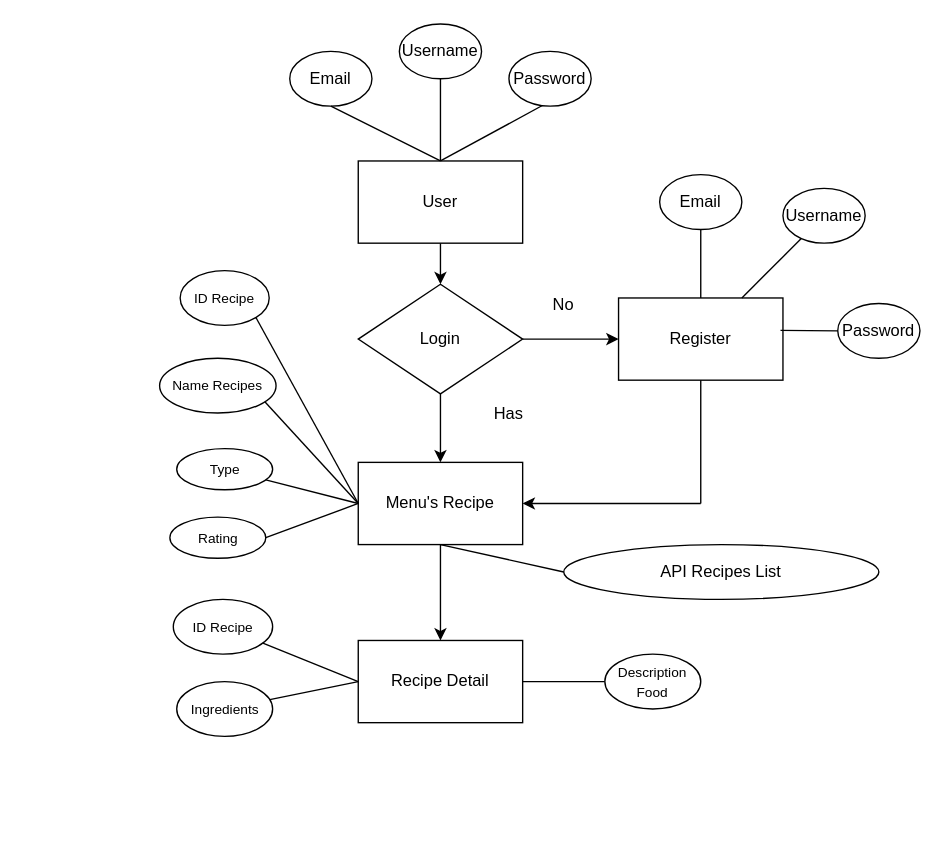
Above: page "Page-1" (1 of 8) of Exercise.drawio in MFaisal00359/Kamu-nanyeaa (draw.io), before the change. Source tidied: cells renumbered, new cells numbered last; positions are measured from the earlier drawing's top-left corner, leaving out a move shared by most shapes. Both pictures are drawn from the tidied source at 137%, with x=0, y=0 at pixel (159, 23).
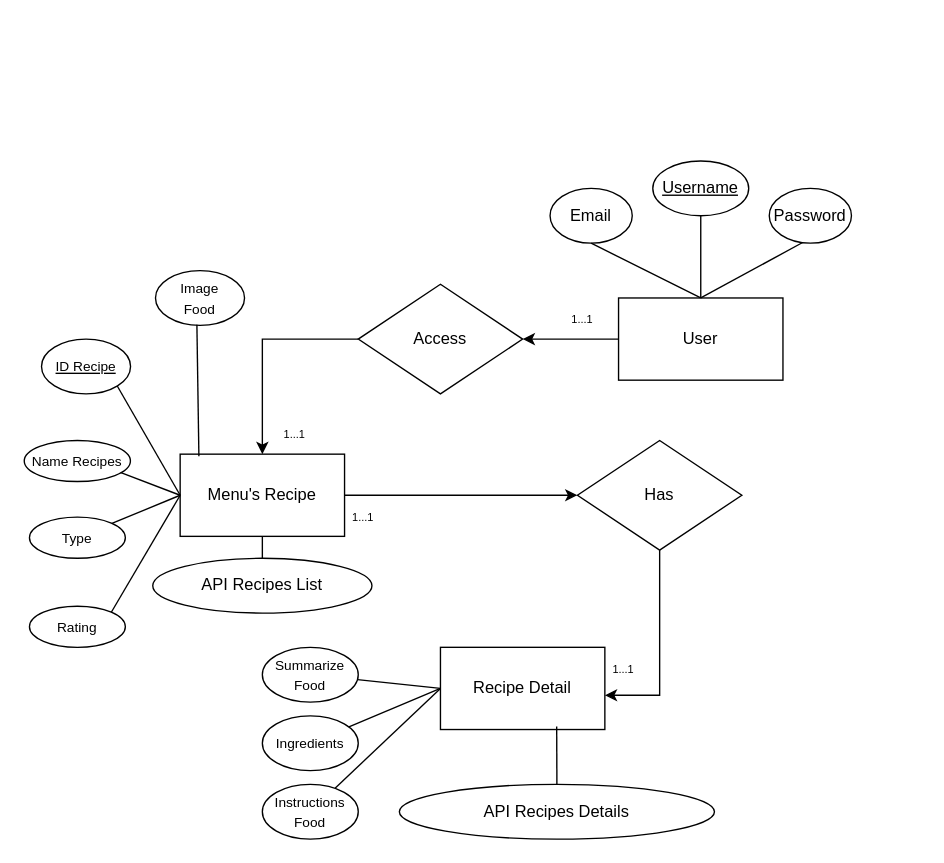
Above is the later version.

What changed in the source:
```diff
@@
-    <mxCell id="2" style="edgeStyle=orthogonalEdgeStyle;rounded=0;jettySize=auto;html=1;entryX=0.5;entryY=0;entryDx=0;entryDy=0;" parent="1" edge="1" source="3" target="6">
-      <mxGeometry relative="1" as="geometry" />
+    <mxCell id="2" style="edgeStyle=orthogonalEdgeStyle;rounded=0;jettySize=auto;html=1;entryX=0.5;entryY=0;entryDx=0;entryDy=0;exitX=0;exitY=0.5;exitDx=0;exitDy=0;" parent="1" edge="1" source="3">
+      <mxGeometry relative="1" as="geometry">
+        <mxPoint x="265" y="230" as="targetPoint" />
+      </mxGeometry>
     </mxCell>
     <mxCell id="3" value="User" style="rounded=0;whiteSpace=wrap;html=1;" parent="1" vertex="1">
-      <mxGeometry x="145" y="100" width="120" height="60" as="geometry" />
+      <mxGeometry x="335" y="200" width="120" height="60" as="geometry" />
     </mxCell>
@@
-    <mxCell id="5" style="edgeStyle=orthogonalEdgeStyle;rounded=0;jettySize=auto;html=1;" parent="1" edge="1" source="6" target="12">
-      <mxGeometry relative="1" as="geometry" />
-    </mxCell>
-    <mxCell id="6" value="Login" style="rhombus;whiteSpace=wrap;html=1;" parent="1" vertex="1">
+    <mxCell id="6" value="Access" style="rhombus;whiteSpace=wrap;html=1;" parent="1" vertex="1">
       <mxGeometry x="145" y="190" width="120" height="80" as="geometry" />
     </mxCell>
     <mxCell id="7" value="Email" style="ellipse;whiteSpace=wrap;html=1;" parent="1" vertex="1">
-      <mxGeometry x="95" y="20" width="60" height="40" as="geometry" />
+      <mxGeometry x="285" y="120" width="60" height="40" as="geometry" />
     </mxCell>
-    <mxCell id="8" value="Username" style="ellipse;whiteSpace=wrap;html=1;" parent="1" vertex="1">
-      <mxGeometry x="175" width="60" height="40" as="geometry" />
+    <mxCell id="8" value="&lt;u&gt;Username&lt;/u&gt;" style="ellipse;whiteSpace=wrap;html=1;" parent="1" vertex="1">
+      <mxGeometry x="360" y="100" width="70" height="40" as="geometry" />
     </mxCell>
     <mxCell id="9" value="Password" style="ellipse;whiteSpace=wrap;html=1;" parent="1" vertex="1">
-      <mxGeometry x="255" y="20" width="60" height="40" as="geometry" />
+      <mxGeometry x="445" y="120" width="60" height="40" as="geometry" />
     </mxCell>
-    <mxCell id="10" style="edgeStyle=orthogonalEdgeStyle;rounded=0;jettySize=auto;html=1;" parent="1" edge="1" source="11" target="31">
-      <mxGeometry relative="1" as="geometry" />
-    </mxCell>
+    <mxCell id="43" style="edgeStyle=orthogonalEdgeStyle;rounded=0;jettySize=auto;html=1;entryX=0;entryY=0.5;entryDx=0;entryDy=0;" parent="1" edge="1" source="11" target="24">
+      <mxGeometry relative="1" as="geometry" />
+    </mxCell>
     <mxCell id="11" value="Menu's Recipe" style="rounded=0;whiteSpace=wrap;html=1;" parent="1" vertex="1">
-      <mxGeometry x="145" y="320" width="120" height="60" as="geometry" />
+      <mxGeometry x="15" y="314" width="120" height="60" as="geometry" />
     </mxCell>
-    <mxCell id="12" value="Register" style="rounded=0;whiteSpace=wrap;html=1;" parent="1" vertex="1">
-      <mxGeometry x="335" y="200" width="120" height="60" as="geometry" />
-    </mxCell>
-    <mxCell id="13" value="Email" style="ellipse;whiteSpace=wrap;html=1;" parent="1" vertex="1">
-      <mxGeometry x="365" y="110" width="60" height="40" as="geometry" />
-    </mxCell>
-    <mxCell id="14" value="Username" style="ellipse;whiteSpace=wrap;html=1;" parent="1" vertex="1">
-      <mxGeometry x="455" y="120" width="60" height="40" as="geometry" />
-    </mxCell>
-    <mxCell id="15" value="Password" style="ellipse;whiteSpace=wrap;html=1;" parent="1" vertex="1">
-      <mxGeometry x="495" y="204" width="60" height="40" as="geometry" />
-    </mxCell>
@@
-    <mxCell id="19" style="endArrow=none;html=1;rounded=0;entryX=0.5;entryY=1;entryDx=0;entryDy=0;" parent="1" edge="1" source="12" target="13">
-      <mxGeometry relative="1" as="geometry" />
-    </mxCell>
-    <mxCell id="20" style="endArrow=none;html=1;rounded=0;" parent="1" edge="1" source="12" target="14">
-      <mxGeometry relative="1" as="geometry" />
-    </mxCell>
-    <mxCell id="21" style="endArrow=none;html=1;rounded=0;exitX=0.985;exitY=0.394;exitDx=0;exitDy=0;exitPerimeter=0;" parent="1" edge="1" source="12" target="15">
-      <mxGeometry relative="1" as="geometry" />
-    </mxCell>
-    <mxCell id="22" style="endArrow=classic;html=1;rounded=0;" parent="1" edge="1" target="11">
-      <mxGeometry relative="1" as="geometry">
-        <mxPoint x="395" y="350" as="sourcePoint" />
-      </mxGeometry>
-    </mxCell>
-    <mxCell id="23" style="endArrow=none;html=1;rounded=0;" parent="1" edge="1" target="12">
-      <mxGeometry relative="1" as="geometry">
-        <mxPoint x="395" y="350" as="sourcePoint" />
-      </mxGeometry>
-    </mxCell>
-    <mxCell id="24" value="Has" style="text;html=1;align=center;verticalAlign=middle;whiteSpace=wrap;rounded=0;" parent="1" vertex="1">
-      <mxGeometry x="225" y="270" width="60" height="30" as="geometry" />
-    </mxCell>
-    <mxCell id="25" value="No" style="text;html=1;align=center;verticalAlign=middle;whiteSpace=wrap;rounded=0;" parent="1" vertex="1">
-      <mxGeometry x="265" y="190" width="60" height="30" as="geometry" />
-    </mxCell>
@@
-    <mxCell id="27" value="&lt;font style=&quot;font-size: 10px;&quot;&gt;ID Recipe&lt;/font&gt;" style="ellipse;whiteSpace=wrap;html=1;" parent="1" vertex="1">
-      <mxGeometry x="15" y="180" width="65" height="40" as="geometry" />
+    <mxCell id="27" value="&lt;font style=&quot;font-size: 10px;&quot;&gt;&lt;u&gt;ID Recipe&lt;/u&gt;&lt;/font&gt;" style="ellipse;whiteSpace=wrap;html=1;" parent="1" vertex="1">
+      <mxGeometry x="-86.2" y="230" width="65" height="40" as="geometry" />
     </mxCell>
-    <mxCell id="28" style="endArrow=none;html=1;rounded=0;entryX=1;entryY=1;entryDx=0;entryDy=0;" parent="1" edge="1" target="27">
-      <mxGeometry relative="1" as="geometry">
-        <mxPoint x="145" y="350" as="sourcePoint" />
-      </mxGeometry>
+    <mxCell id="28" style="endArrow=none;html=1;rounded=0;entryX=1;entryY=1;entryDx=0;entryDy=0;exitX=0;exitY=0.5;exitDx=0;exitDy=0;" parent="1" edge="1" source="11" target="27">
+      <mxGeometry relative="1" as="geometry" />
     </mxCell>
     <mxCell id="29" value="&lt;span style=&quot;font-size: 10px;&quot;&gt;Name Recipes&lt;/span&gt;" style="ellipse;whiteSpace=wrap;html=1;" parent="1" vertex="1">
-      <mxGeometry y="244" width="85" height="40" as="geometry" />
+      <mxGeometry x="-98.8" y="304" width="77.5" height="30" as="geometry" />
     </mxCell>
     <mxCell id="30" value="&lt;span style=&quot;font-size: 10px;&quot;&gt;Ingredients&lt;/span&gt;" style="ellipse;whiteSpace=wrap;html=1;" parent="1" vertex="1">
-      <mxGeometry x="12.5" y="480" width="70" height="40" as="geometry" />
+      <mxGeometry x="75" y="505" width="70" height="40" as="geometry" />
     </mxCell>
     <mxCell id="31" value="Recipe Detail" style="rounded=0;whiteSpace=wrap;html=1;" parent="1" vertex="1">
-      <mxGeometry x="145" y="450" width="120" height="60" as="geometry" />
+      <mxGeometry x="205" y="455" width="120" height="60" as="geometry" />
     </mxCell>
-    <mxCell id="32" style="endArrow=none;html=1;rounded=0;exitX=0;exitY=0.5;exitDx=0;exitDy=0;" parent="1" edge="1" source="31" target="42">
-      <mxGeometry relative="1" as="geometry" />
-    </mxCell>
     <mxCell id="33" value="&lt;span style=&quot;font-size: 10px;&quot;&gt;Type&lt;/span&gt;" style="ellipse;whiteSpace=wrap;html=1;" parent="1" vertex="1">
-      <mxGeometry x="12.5" y="310" width="70" height="30" as="geometry" />
+      <mxGeometry x="-95" y="360" width="70" height="30" as="geometry" />
     </mxCell>
@@
     <mxCell id="35" value="&lt;span style=&quot;font-size: 10px;&quot;&gt;Rating&lt;/span&gt;" style="ellipse;whiteSpace=wrap;html=1;" parent="1" vertex="1">
-      <mxGeometry x="7.5" y="360" width="70" height="30" as="geometry" />
+      <mxGeometry x="-95" y="425" width="70" height="30" as="geometry" />
     </mxCell>
-    <mxCell id="36" style="endArrow=none;html=1;rounded=0;exitX=0;exitY=0.5;exitDx=0;exitDy=0;entryX=1;entryY=0.5;entryDx=0;entryDy=0;" parent="1" edge="1" source="11" target="35">
+    <mxCell id="36" style="endArrow=none;html=1;rounded=0;exitX=0;exitY=0.5;exitDx=0;exitDy=0;entryX=1;entryY=0;entryDx=0;entryDy=0;" parent="1" edge="1" source="11" target="35">
       <mxGeometry relative="1" as="geometry" />
     </mxCell>
@@
-    <mxCell id="38" style="endArrow=none;html=1;rounded=0;exitX=1;exitY=0.5;exitDx=0;exitDy=0;" parent="1" edge="1" source="31" target="39">
+    <mxCell id="38" style="endArrow=none;html=1;rounded=0;exitX=0;exitY=0.5;exitDx=0;exitDy=0;" parent="1" edge="1" source="31" target="39">
       <mxGeometry relative="1" as="geometry" />
     </mxCell>
-    <mxCell id="39" value="&lt;span style=&quot;font-size: 10px;&quot;&gt;Description&lt;/span&gt;&lt;div&gt;&lt;span style=&quot;font-size: 10px;&quot;&gt;Food&lt;/span&gt;&lt;/div&gt;" style="ellipse;whiteSpace=wrap;html=1;" parent="1" vertex="1">
-      <mxGeometry x="325" y="460" width="70" height="40" as="geometry" />
+    <mxCell id="39" value="&lt;span style=&quot;font-size: 10px;&quot;&gt;Summarize&lt;/span&gt;&lt;div&gt;&lt;span style=&quot;font-size: 10px;&quot;&gt;Food&lt;/span&gt;&lt;/div&gt;" style="ellipse;whiteSpace=wrap;html=1;" parent="1" vertex="1">
+      <mxGeometry x="75" y="455" width="70" height="40" as="geometry" />
     </mxCell>
     <mxCell id="40" value="API Recipes List" style="ellipse;whiteSpace=wrap;html=1;" parent="1" vertex="1">
-      <mxGeometry x="295" y="380" width="230" height="40" as="geometry" />
+      <mxGeometry x="-5" y="390" width="160" height="40" as="geometry" />
     </mxCell>
-    <mxCell id="41" style="endArrow=none;html=1;rounded=0;exitX=0;exitY=0.5;exitDx=0;exitDy=0;entryX=0.5;entryY=1;entryDx=0;entryDy=0;" parent="1" edge="1" source="40" target="11">
+    <mxCell id="41" style="endArrow=none;html=1;rounded=0;entryX=0.5;entryY=1;entryDx=0;entryDy=0;" parent="1" edge="1" source="40" target="11">
       <mxGeometry relative="1" as="geometry" />
     </mxCell>
-    <mxCell id="42" value="&lt;font style=&quot;font-size: 10px;&quot;&gt;ID Recipe&lt;/font&gt;" style="ellipse;whiteSpace=wrap;html=1;" parent="1" vertex="1">
-      <mxGeometry x="10" y="420" width="72.5" height="40" as="geometry" />
-    </mxCell>
+    <mxCell id="44" style="endArrow=none;html=1;rounded=0;exitX=0;exitY=0.5;exitDx=0;exitDy=0;" parent="1" edge="1" source="31" target="45">
+      <mxGeometry relative="1" as="geometry" />
+    </mxCell>
+    <mxCell id="45" value="&lt;span style=&quot;font-size: 10px;&quot;&gt;Instructions&lt;/span&gt;&lt;div&gt;&lt;span style=&quot;font-size: 10px;&quot;&gt;Food&lt;/span&gt;&lt;/div&gt;" style="ellipse;whiteSpace=wrap;html=1;" parent="1" vertex="1">
+      <mxGeometry x="75" y="555" width="70" height="40" as="geometry" />
+    </mxCell>
+    <mxCell id="46" value="API Recipes Details" style="ellipse;whiteSpace=wrap;html=1;" parent="1" vertex="1">
+      <mxGeometry x="175" y="555" width="230" height="40" as="geometry" />
+    </mxCell>
+    <mxCell id="47" style="endArrow=none;html=1;rounded=0;exitX=0.5;exitY=0;exitDx=0;exitDy=0;entryX=0.707;entryY=0.963;entryDx=0;entryDy=0;entryPerimeter=0;" parent="1" edge="1" source="46" target="31">
+      <mxGeometry relative="1" as="geometry" />
+    </mxCell>
+    <mxCell id="48" style="edgeStyle=orthogonalEdgeStyle;rounded=0;jettySize=auto;html=1;" parent="1" edge="1" source="24" target="31">
+      <mxGeometry relative="1" as="geometry">
+        <Array as="points">
+          <mxPoint x="365" y="490" />
+        </Array>
+      </mxGeometry>
+    </mxCell>
+    <mxCell id="24" value="Has" style="rhombus;whiteSpace=wrap;html=1;" parent="1" vertex="1">
+      <mxGeometry x="305" y="304" width="120" height="80" as="geometry" />
+    </mxCell>
+    <mxCell id="49" value="&lt;font style=&quot;font-size: 8px;&quot;&gt;1...1&lt;/font&gt;" style="text;strokeColor=none;fillColor=none;align=left;verticalAlign=middle;spacingLeft=4;spacingRight=4;overflow=hidden;whiteSpace=wrap;html=1;strokeWidth=0;" parent="1" vertex="1">
+      <mxGeometry x="295" y="200" width="30" height="30" as="geometry" />
+    </mxCell>
+    <mxCell id="50" value="&lt;font style=&quot;font-size: 8px;&quot;&gt;1...1&lt;/font&gt;" style="text;strokeColor=none;fillColor=none;align=left;verticalAlign=middle;spacingLeft=4;spacingRight=4;overflow=hidden;whiteSpace=wrap;html=1;strokeWidth=0;" parent="1" vertex="1">
+      <mxGeometry x="85" y="284" width="30" height="30" as="geometry" />
+    </mxCell>
+    <mxCell id="51" value="&lt;font style=&quot;font-size: 8px;&quot;&gt;1...1&lt;/font&gt;" style="text;strokeColor=none;fillColor=none;align=left;verticalAlign=middle;spacingLeft=4;spacingRight=4;overflow=hidden;whiteSpace=wrap;html=1;strokeWidth=0;" parent="1" vertex="1">
+      <mxGeometry x="135" y="344" width="30" height="30" as="geometry" />
+    </mxCell>
+    <mxCell id="52" value="&lt;font style=&quot;font-size: 8px;&quot;&gt;1...1&lt;/font&gt;" style="text;strokeColor=none;fillColor=none;align=left;verticalAlign=middle;spacingLeft=4;spacingRight=4;overflow=hidden;whiteSpace=wrap;html=1;strokeWidth=0;" parent="1" vertex="1">
+      <mxGeometry x="325" y="455" width="30" height="30" as="geometry" />
+    </mxCell>
+    <mxCell id="53" value="&lt;span style=&quot;font-size: 10px;&quot;&gt;Image&lt;/span&gt;&lt;div&gt;&lt;span style=&quot;font-size: 10px;&quot;&gt;Food&lt;/span&gt;&lt;/div&gt;" style="ellipse;whiteSpace=wrap;html=1;" parent="1" vertex="1">
+      <mxGeometry x="-3" y="180" width="65" height="40" as="geometry" />
+    </mxCell>
+    <mxCell id="54" style="endArrow=none;html=1;rounded=0;entryX=0.465;entryY=0.99;entryDx=0;entryDy=0;entryPerimeter=0;exitX=0.114;exitY=0.026;exitDx=0;exitDy=0;exitPerimeter=0;" parent="1" edge="1" source="11" target="53">
+      <mxGeometry relative="1" as="geometry" />
+    </mxCell>
```
